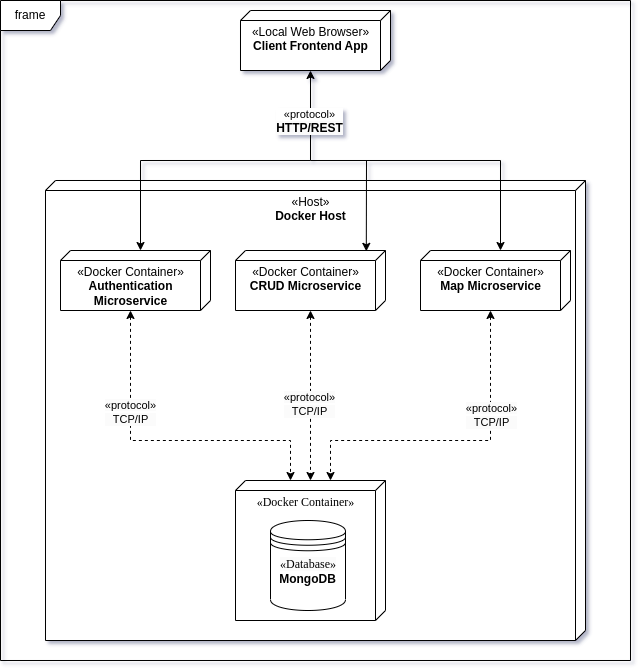
This is img/Diagrama_de_despliegue.png from achavaned/Bicicletas, a draw.io export, as it was before one commit. Source tidied: cells renumbered, new cells last; positions are measured from the earlier drawing's top-left corner, leaving out a move shared by most shapes. Its diagram source:
```xml
<mxGraphModel>
  <root>
    <mxCell id="0" />
    <mxCell id="1" parent="0" />
    <mxCell id="2" value="&lt;font face=&quot;Helvetica&quot;&gt;«Host»&lt;br style=&quot;border-color: var(--border-color);&quot;&gt;&lt;b&gt;Docker Host&lt;/b&gt;&lt;/font&gt;" style="verticalAlign=top;align=center;spacingTop=8;spacingLeft=2;spacingRight=12;shape=cube;size=10;direction=south;fontStyle=0;html=1;rounded=0;shadow=0;comic=0;labelBackgroundColor=none;strokeWidth=1;fontFamily=Verdana;fontSize=12;" parent="1" vertex="1">
      <mxGeometry x="45" y="180" width="540" height="460" as="geometry" />
    </mxCell>
    <mxCell id="3" value="frame" style="shape=umlFrame;whiteSpace=wrap;html=1;" parent="1" vertex="1">
      <mxGeometry width="630" height="660" as="geometry" />
    </mxCell>
    <mxCell id="4" value="&lt;font face=&quot;Helvetica&quot;&gt;«Local Web Browser»&lt;br style=&quot;border-color: var(--border-color);&quot;&gt;&lt;b&gt;Client Frontend App&lt;/b&gt;&lt;/font&gt;" style="verticalAlign=top;align=center;spacingTop=8;spacingLeft=2;spacingRight=12;shape=cube;size=10;direction=south;fontStyle=0;html=1;rounded=0;shadow=0;comic=0;labelBackgroundColor=none;strokeWidth=1;fontFamily=Verdana;fontSize=12;" parent="1" vertex="1">
      <mxGeometry x="240" y="10" width="150" height="60" as="geometry" />
    </mxCell>
    <mxCell id="5" style="edgeStyle=orthogonalEdgeStyle;rounded=0;jettySize=auto;html=1;dashed=1;startArrow=classic;startFill=1;" parent="1" edge="1" source="7">
      <mxGeometry relative="1" as="geometry">
        <mxPoint x="290" y="480" as="targetPoint" />
        <Array as="points">
          <mxPoint x="130" y="440" />
          <mxPoint x="290" y="440" />
          <mxPoint x="290" y="480" />
        </Array>
      </mxGeometry>
    </mxCell>
    <mxCell id="6" value="&lt;font style=&quot;border-color: var(--border-color); background-color: rgb(251, 251, 251);&quot;&gt;«protocol»&lt;br style=&quot;border-color: var(--border-color);&quot;&gt;&lt;/font&gt;&lt;div style=&quot;border-color: var(--border-color); background-color: rgb(251, 251, 251);&quot;&gt;&lt;font style=&quot;border-color: var(--border-color);&quot;&gt;TCP/IP&lt;/font&gt;&lt;/div&gt;" style="edgeLabel;html=1;align=center;verticalAlign=middle;" parent="5" vertex="1">
      <mxGeometry x="-0.39" y="-1" relative="1" as="geometry" />
    </mxCell>
    <mxCell id="7" value="&lt;font face=&quot;Helvetica&quot;&gt;«Docker Container»&lt;br style=&quot;border-color: var(--border-color);&quot;&gt;&lt;b&gt;Authentication &lt;br&gt;Microservice&lt;/b&gt;&lt;br&gt;&lt;/font&gt;" style="verticalAlign=top;align=center;spacingTop=8;spacingLeft=2;spacingRight=12;shape=cube;size=10;direction=south;fontStyle=0;html=1;rounded=0;shadow=0;comic=0;labelBackgroundColor=none;strokeWidth=1;fontFamily=Verdana;fontSize=12;" parent="1" vertex="1">
      <mxGeometry x="60" y="250" width="150" height="60" as="geometry" />
    </mxCell>
    <mxCell id="8" style="edgeStyle=orthogonalEdgeStyle;rounded=0;jettySize=auto;html=1;dashed=1;startArrow=classic;startFill=1;" parent="1" edge="1" source="10">
      <mxGeometry relative="1" as="geometry">
        <mxPoint x="310" y="480" as="targetPoint" />
      </mxGeometry>
    </mxCell>
    <mxCell id="9" value="&lt;font style=&quot;border-color: var(--border-color); background-color: rgb(251, 251, 251);&quot;&gt;«protocol»&lt;br style=&quot;border-color: var(--border-color);&quot;&gt;&lt;/font&gt;&lt;div style=&quot;border-color: var(--border-color); background-color: rgb(251, 251, 251);&quot;&gt;&lt;font style=&quot;border-color: var(--border-color);&quot;&gt;TCP/IP&lt;/font&gt;&lt;/div&gt;" style="edgeLabel;html=1;align=center;verticalAlign=middle;" parent="8" vertex="1">
      <mxGeometry x="0.1" y="-2" relative="1" as="geometry" />
    </mxCell>
    <mxCell id="10" value="&lt;font face=&quot;Helvetica&quot;&gt;«Docker Container»&lt;br style=&quot;border-color: var(--border-color);&quot;&gt;&lt;b&gt;CRUD Microservice&lt;/b&gt;&lt;br&gt;&lt;/font&gt;" style="verticalAlign=top;align=center;spacingTop=8;spacingLeft=2;spacingRight=12;shape=cube;size=10;direction=south;fontStyle=0;html=1;rounded=0;shadow=0;comic=0;labelBackgroundColor=none;strokeWidth=1;fontFamily=Verdana;fontSize=12;" parent="1" vertex="1">
      <mxGeometry x="235" y="250" width="150" height="60" as="geometry" />
    </mxCell>
    <mxCell id="11" style="edgeStyle=orthogonalEdgeStyle;rounded=0;jettySize=auto;html=1;dashed=1;startArrow=classic;startFill=1;" parent="1" edge="1" source="13">
      <mxGeometry relative="1" as="geometry">
        <mxPoint x="330" y="480" as="targetPoint" />
        <Array as="points">
          <mxPoint x="490" y="440" />
          <mxPoint x="330" y="440" />
          <mxPoint x="330" y="480" />
        </Array>
      </mxGeometry>
    </mxCell>
    <mxCell id="12" value="&lt;font style=&quot;border-color: var(--border-color); background-color: rgb(251, 251, 251);&quot;&gt;«protocol»&lt;br style=&quot;border-color: var(--border-color);&quot;&gt;&lt;/font&gt;&lt;div style=&quot;border-color: var(--border-color); background-color: rgb(251, 251, 251);&quot;&gt;&lt;font style=&quot;border-color: var(--border-color);&quot;&gt;TCP/IP&lt;/font&gt;&lt;/div&gt;" style="edgeLabel;html=1;align=center;verticalAlign=middle;" parent="11" vertex="1">
      <mxGeometry x="-0.37" relative="1" as="geometry" />
    </mxCell>
    <mxCell id="13" value="&lt;font face=&quot;Helvetica&quot;&gt;«Docker Container»&lt;br style=&quot;border-color: var(--border-color);&quot;&gt;&lt;b&gt;Map Microservice&lt;/b&gt;&lt;br&gt;&lt;/font&gt;" style="verticalAlign=top;align=center;spacingTop=8;spacingLeft=2;spacingRight=12;shape=cube;size=10;direction=south;fontStyle=0;html=1;rounded=0;shadow=0;comic=0;labelBackgroundColor=none;strokeWidth=1;fontFamily=Verdana;fontSize=12;" parent="1" vertex="1">
      <mxGeometry x="420" y="250" width="150" height="60" as="geometry" />
    </mxCell>
    <mxCell id="14" value="«Docker Container»" style="verticalAlign=top;align=center;spacingTop=8;spacingLeft=2;spacingRight=12;shape=cube;size=10;direction=south;fontStyle=0;html=1;rounded=0;shadow=0;comic=0;labelBackgroundColor=none;strokeWidth=1;fontFamily=Verdana;fontSize=12;" parent="1" vertex="1">
      <mxGeometry x="235" y="480" width="150" height="140" as="geometry" />
    </mxCell>
    <mxCell id="15" value="&lt;b&gt;MongoDB&lt;/b&gt;" style="shape=datastore;whiteSpace=wrap;html=1;" parent="1" vertex="1">
      <mxGeometry x="270" y="520" width="75" height="90" as="geometry" />
    </mxCell>
    <mxCell id="16" value="&lt;span style=&quot;color: rgb(0, 0, 0); font-family: Verdana; font-size: 12px; font-style: normal; font-variant-ligatures: normal; font-variant-caps: normal; font-weight: 400; letter-spacing: normal; orphans: 2; text-align: center; text-indent: 0px; text-transform: none; widows: 2; word-spacing: 0px; -webkit-text-stroke-width: 0px; background-color: rgb(251, 251, 251); text-decoration-thickness: initial; text-decoration-style: initial; text-decoration-color: initial; float: none; display: inline !important;&quot;&gt;«Database»&lt;/span&gt;" style="text;whiteSpace=wrap;html=1;" parent="1" vertex="1">
      <mxGeometry x="277.5" y="550" width="60" height="20" as="geometry" />
    </mxCell>
    <mxCell id="17" style="edgeStyle=orthogonalEdgeStyle;rounded=0;jettySize=auto;html=1;startArrow=classic;startFill=1;entryX=0;entryY=0;entryDx=0;entryDy=70;entryPerimeter=0;exitX=0;exitY=0;exitDx=60;exitDy=80;exitPerimeter=0;" parent="1" edge="1" source="4" target="7">
      <mxGeometry relative="1" as="geometry">
        <Array as="points">
          <mxPoint x="310" y="160" />
          <mxPoint x="140" y="160" />
        </Array>
      </mxGeometry>
    </mxCell>
    <mxCell id="18" value="«protocol»&lt;br style=&quot;border-color: var(--border-color); font-size: 12px; background-color: rgb(251, 251, 251);&quot;&gt;&lt;div style=&quot;border-color: var(--border-color); font-size: 12px; background-color: rgb(251, 251, 251);&quot;&gt;&lt;span style=&quot;border-color: var(--border-color); background-color: initial;&quot;&gt;&lt;b style=&quot;border-color: var(--border-color);&quot;&gt;HTTP/REST&lt;/b&gt;&lt;/span&gt;&lt;/div&gt;" style="edgeLabel;html=1;align=center;verticalAlign=middle;" parent="17" vertex="1">
      <mxGeometry x="-0.29" y="-1" relative="1" as="geometry">
        <mxPoint x="33" y="-39" as="offset" />
      </mxGeometry>
    </mxCell>
    <mxCell id="19" style="endArrow=classic;html=1;rounded=0;entryX=0;entryY=0;entryDx=0;entryDy=70;entryPerimeter=0;" parent="1" edge="1" target="13">
      <mxGeometry relative="1" as="geometry">
        <mxPoint x="310" y="160" as="sourcePoint" />
        <Array as="points">
          <mxPoint x="500" y="160" />
        </Array>
      </mxGeometry>
    </mxCell>
    <mxCell id="20" style="endArrow=classic;html=1;rounded=0;entryX=0.014;entryY=0.128;entryDx=0;entryDy=0;entryPerimeter=0;" parent="1" edge="1" target="10">
      <mxGeometry relative="1" as="geometry">
        <mxPoint x="366" y="160" as="sourcePoint" />
      </mxGeometry>
    </mxCell>
  </root>
</mxGraphModel>
```
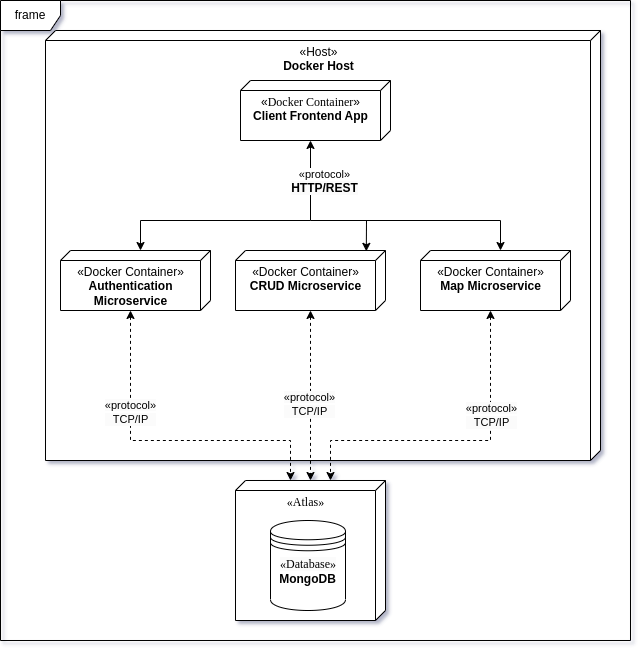
Above is the later version.

The edit, as a diff of the source:
```diff
@@ -3,13 +3,13 @@
     <mxCell id="0" />
     <mxCell id="1" parent="0" />
     <mxCell id="2" value="&lt;font face=&quot;Helvetica&quot;&gt;«Host»&lt;br style=&quot;border-color: var(--border-color);&quot;&gt;&lt;b&gt;Docker Host&lt;/b&gt;&lt;/font&gt;" style="verticalAlign=top;align=center;spacingTop=8;spacingLeft=2;spacingRight=12;shape=cube;size=10;direction=south;fontStyle=0;html=1;rounded=0;shadow=0;comic=0;labelBackgroundColor=none;strokeWidth=1;fontFamily=Verdana;fontSize=12;" parent="1" vertex="1">
-      <mxGeometry x="45" y="180" width="540" height="460" as="geometry" />
+      <mxGeometry x="45" y="30" width="555" height="430" as="geometry" />
     </mxCell>
     <mxCell id="3" value="frame" style="shape=umlFrame;whiteSpace=wrap;html=1;" parent="1" vertex="1">
-      <mxGeometry width="630" height="660" as="geometry" />
+      <mxGeometry width="630" height="640" as="geometry" />
     </mxCell>
-    <mxCell id="4" value="&lt;font face=&quot;Helvetica&quot;&gt;«Local Web Browser»&lt;br style=&quot;border-color: var(--border-color);&quot;&gt;&lt;b&gt;Client Frontend App&lt;/b&gt;&lt;/font&gt;" style="verticalAlign=top;align=center;spacingTop=8;spacingLeft=2;spacingRight=12;shape=cube;size=10;direction=south;fontStyle=0;html=1;rounded=0;shadow=0;comic=0;labelBackgroundColor=none;strokeWidth=1;fontFamily=Verdana;fontSize=12;" parent="1" vertex="1">
-      <mxGeometry x="240" y="10" width="150" height="60" as="geometry" />
+    <mxCell id="4" value="&lt;font face=&quot;Helvetica&quot;&gt;«&lt;/font&gt;Docker Container&lt;font face=&quot;Helvetica&quot;&gt;»&lt;br style=&quot;border-color: var(--border-color);&quot;&gt;&lt;b&gt;Client Frontend App&lt;/b&gt;&lt;/font&gt;" style="verticalAlign=top;align=center;spacingTop=8;spacingLeft=2;spacingRight=12;shape=cube;size=10;direction=south;fontStyle=0;html=1;rounded=0;shadow=0;comic=0;labelBackgroundColor=none;strokeWidth=1;fontFamily=Verdana;fontSize=12;" parent="1" vertex="1">
+      <mxGeometry x="240" y="80" width="150" height="60" as="geometry" />
     </mxCell>
     <mxCell id="5" style="edgeStyle=orthogonalEdgeStyle;rounded=0;jettySize=auto;html=1;dashed=1;startArrow=classic;startFill=1;" parent="1" edge="1" source="7">
       <mxGeometry relative="1" as="geometry">
@@ -54,7 +54,7 @@
     <mxCell id="13" value="&lt;font face=&quot;Helvetica&quot;&gt;«Docker Container»&lt;br style=&quot;border-color: var(--border-color);&quot;&gt;&lt;b&gt;Map Microservice&lt;/b&gt;&lt;br&gt;&lt;/font&gt;" style="verticalAlign=top;align=center;spacingTop=8;spacingLeft=2;spacingRight=12;shape=cube;size=10;direction=south;fontStyle=0;html=1;rounded=0;shadow=0;comic=0;labelBackgroundColor=none;strokeWidth=1;fontFamily=Verdana;fontSize=12;" parent="1" vertex="1">
       <mxGeometry x="420" y="250" width="150" height="60" as="geometry" />
     </mxCell>
-    <mxCell id="14" value="«Docker Container»" style="verticalAlign=top;align=center;spacingTop=8;spacingLeft=2;spacingRight=12;shape=cube;size=10;direction=south;fontStyle=0;html=1;rounded=0;shadow=0;comic=0;labelBackgroundColor=none;strokeWidth=1;fontFamily=Verdana;fontSize=12;" parent="1" vertex="1">
+    <mxCell id="14" value="«Atlas»" style="verticalAlign=top;align=center;spacingTop=8;spacingLeft=2;spacingRight=12;shape=cube;size=10;direction=south;fontStyle=0;html=1;rounded=0;shadow=0;comic=0;labelBackgroundColor=none;strokeWidth=1;fontFamily=Verdana;fontSize=12;" parent="1" vertex="1">
       <mxGeometry x="235" y="480" width="150" height="140" as="geometry" />
     </mxCell>
     <mxCell id="15" value="&lt;b&gt;MongoDB&lt;/b&gt;" style="shape=datastore;whiteSpace=wrap;html=1;" parent="1" vertex="1">
@@ -66,8 +66,8 @@
     <mxCell id="17" style="edgeStyle=orthogonalEdgeStyle;rounded=0;jettySize=auto;html=1;startArrow=classic;startFill=1;entryX=0;entryY=0;entryDx=0;entryDy=70;entryPerimeter=0;exitX=0;exitY=0;exitDx=60;exitDy=80;exitPerimeter=0;" parent="1" edge="1" source="4" target="7">
       <mxGeometry relative="1" as="geometry">
         <Array as="points">
-          <mxPoint x="310" y="160" />
-          <mxPoint x="140" y="160" />
+          <mxPoint x="310" y="220" />
+          <mxPoint x="140" y="220" />
         </Array>
       </mxGeometry>
     </mxCell>
@@ -78,15 +78,15 @@
     </mxCell>
     <mxCell id="19" style="endArrow=classic;html=1;rounded=0;entryX=0;entryY=0;entryDx=0;entryDy=70;entryPerimeter=0;" parent="1" edge="1" target="13">
       <mxGeometry relative="1" as="geometry">
-        <mxPoint x="310" y="160" as="sourcePoint" />
+        <mxPoint x="310" y="220" as="sourcePoint" />
         <Array as="points">
-          <mxPoint x="500" y="160" />
+          <mxPoint x="500" y="220" />
         </Array>
       </mxGeometry>
     </mxCell>
     <mxCell id="20" style="endArrow=classic;html=1;rounded=0;entryX=0.014;entryY=0.128;entryDx=0;entryDy=0;entryPerimeter=0;" parent="1" edge="1" target="10">
       <mxGeometry relative="1" as="geometry">
-        <mxPoint x="366" y="160" as="sourcePoint" />
+        <mxPoint x="366" y="220" as="sourcePoint" />
       </mxGeometry>
     </mxCell>
   </root>
```
